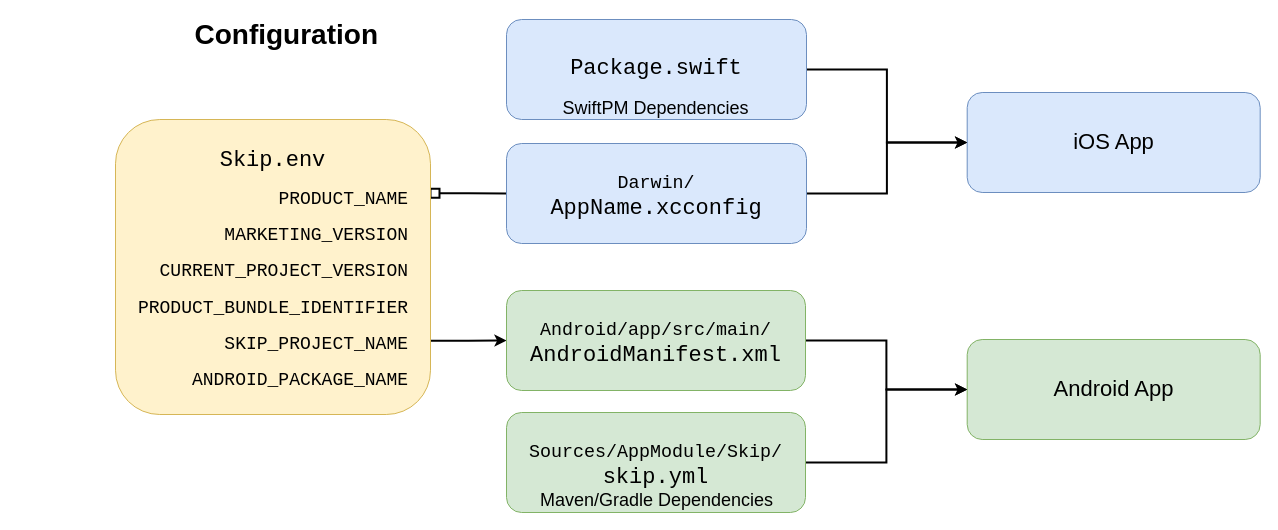
Above: page "config" (4 of 8) of diagrams/skip-diagrams.drawio in skiptools/assets.skip.tools (draw.io), before the change. Source tidied: cells renumbered, new cells numbered last; positions are measured from the earlier drawing's top-left corner, leaving out a move shared by most shapes. Both pictures are drawn from the tidied source at 100%, with x=0, y=0 at pixel (17, 19).
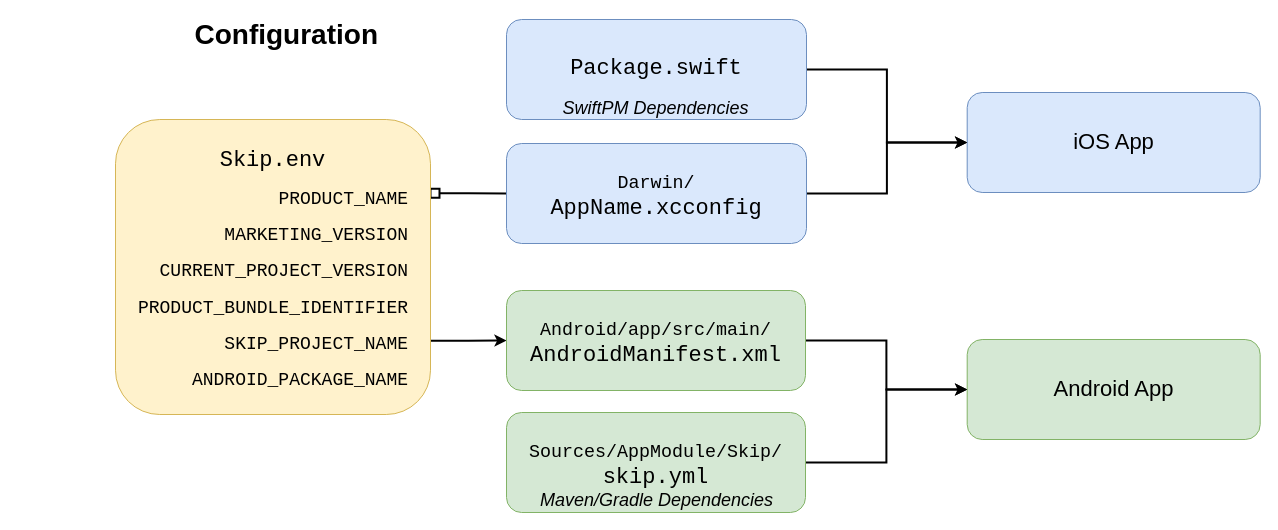
The same page after the edit.

Diff of the diagram source:
```diff
@@
-    <mxCell id="19" value="Maven/Gradle Dependencies" style="edgeLabel;html=1;align=center;verticalAlign=middle;fontSize=18;labelBackgroundColor=none;" parent="1" vertex="1">
+    <mxCell id="19" value="Maven/Gradle Dependencies" style="edgeLabel;html=1;align=center;verticalAlign=middle;fontSize=18;labelBackgroundColor=none;fontStyle=2;" parent="1" vertex="1">
       <mxGeometry x="638.5" y="480" as="geometry" />
     </mxCell>
-    <mxCell id="20" value="SwiftPM Dependencies" style="edgeLabel;html=1;align=center;verticalAlign=middle;fontSize=18;labelBackgroundColor=none;" parent="1" vertex="1">
+    <mxCell id="20" value="SwiftPM Dependencies" style="edgeLabel;html=1;align=center;verticalAlign=middle;fontSize=18;labelBackgroundColor=none;fontStyle=2;" parent="1" vertex="1">
       <mxGeometry x="866" y="73" as="geometry">
         <mxPoint x="-229" y="15" as="offset" />
       </mxGeometry>
     </mxCell>
```
